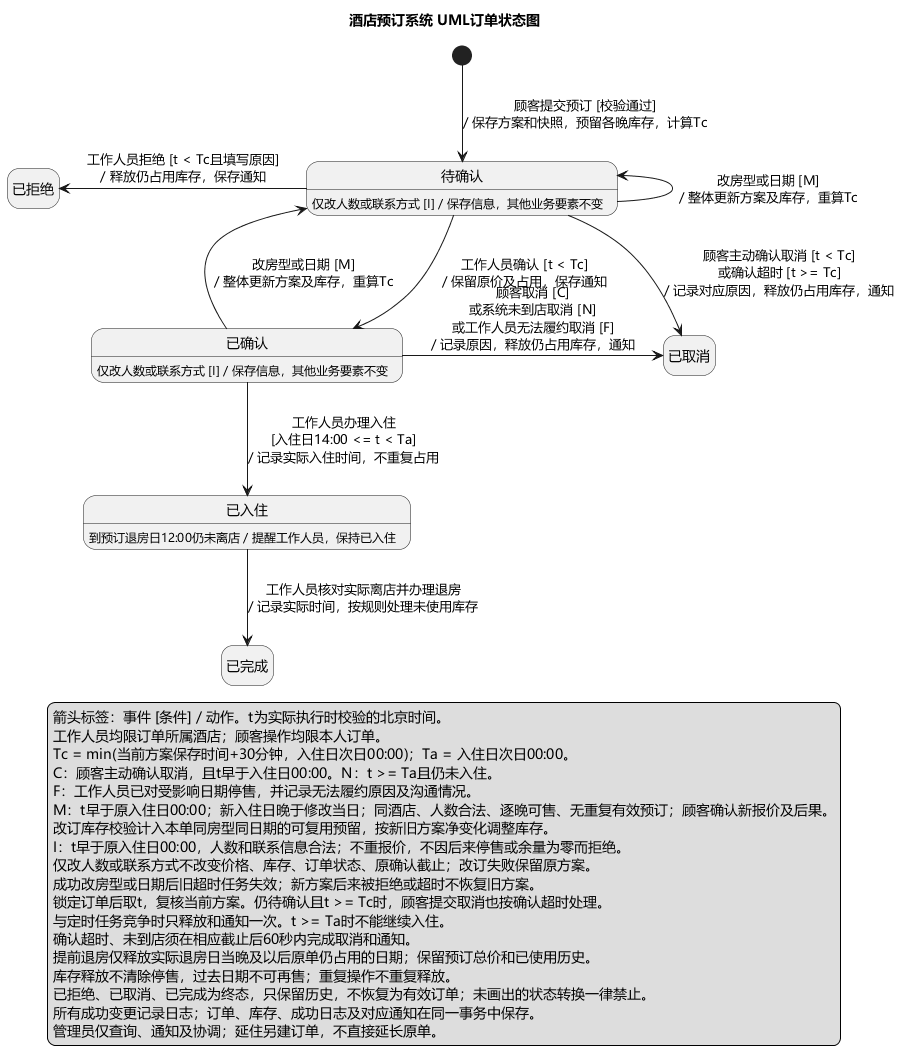
The PlantUML diagram 实验二/UML/UML订单状态图.png in guyuezheng18-cell/-hotel-booking-labs, before a commit.
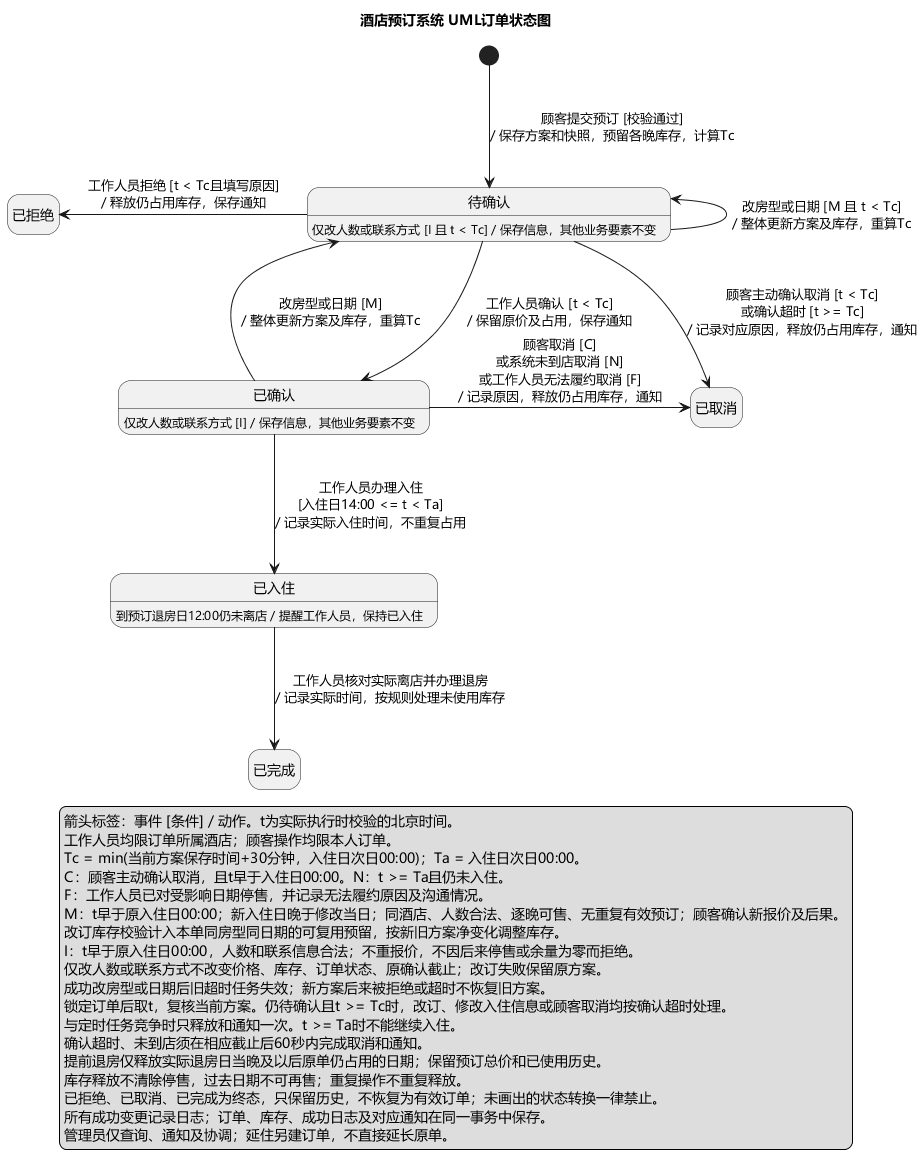
After the commit.

Commit message:
订单状态图：为待确认订单的两类修改补上截止条件

The edit, as a diff of the source:
```diff
@@ -5,7 +5,7 @@
 skinparam shadowing false
 skinparam defaultFontName Microsoft YaHei
 skinparam nodesep 55
-skinparam ranksep 60
+skinparam ranksep 85
 
 state "待确认" as Pending
 state "已确认" as Confirmed
@@ -24,10 +24,10 @@
 Confirmed -right-> Cancelled : 顾客取消 [C]\n或系统未到店取消 [N]\n或工作人员无法履约取消 [F]\n/ 记录原因，释放仍占用库存，通知
 CheckedIn -down-> Completed : 工作人员核对实际离店并办理退房\n/ 记录实际时间，按规则处理未使用库存
 
-Pending -left-> Pending : 改房型或日期 [M]\n/ 整体更新方案及库存，重算Tc
+Pending -left-> Pending : 改房型或日期 [M 且 t < Tc]\n/ 整体更新方案及库存，重算Tc
 Confirmed -left-> Pending : 改房型或日期 [M]\n/ 整体更新方案及库存，重算Tc
 
-Pending : 仅改人数或联系方式 [I] / 保存信息，其他业务要素不变
+Pending : 仅改人数或联系方式 [I 且 t < Tc] / 保存信息，其他业务要素不变
 Confirmed : 仅改人数或联系方式 [I] / 保存信息，其他业务要素不变
 CheckedIn : 到预订退房日12:00仍未离店 / 提醒工作人员，保持已入住
 
@@ -42,7 +42,7 @@
   I：t早于原入住日00:00，人数和联系信息合法；不重报价，不因后来停售或余量为零而拒绝。
   仅改人数或联系方式不改变价格、库存、订单状态、原确认截止；改订失败保留原方案。
   成功改房型或日期后旧超时任务失效；新方案后来被拒绝或超时不恢复旧方案。
-  锁定订单后取t，复核当前方案。仍待确认且t >= Tc时，顾客提交取消也按确认超时处理。
+  锁定订单后取t，复核当前方案。仍待确认且t >= Tc时，改订、修改入住信息或顾客取消均按确认超时处理。
   与定时任务竞争时只释放和通知一次。t >= Ta时不能继续入住。
   确认超时、未到店须在相应截止后60秒内完成取消和通知。
   提前退房仅释放实际退房日当晚及以后原单仍占用的日期；保留预订总价和已使用历史。
```
